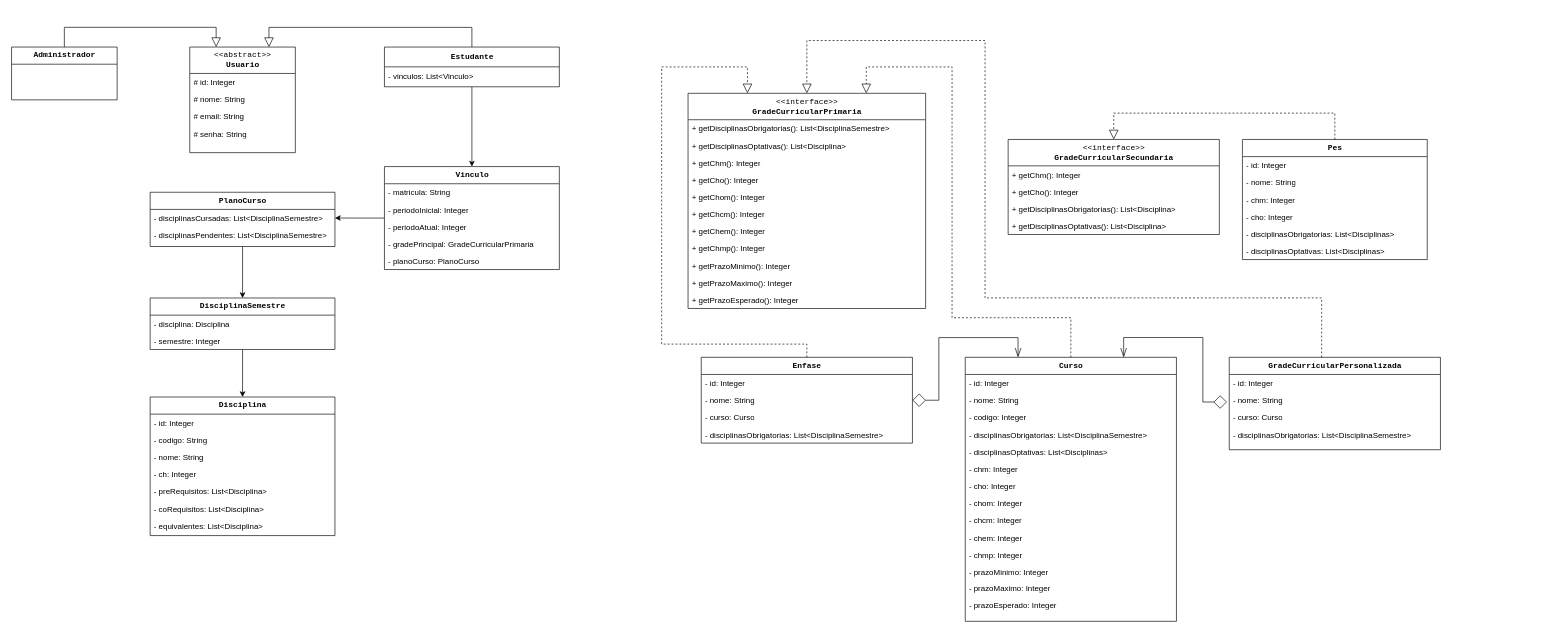
The draw.io diagram planejamento/diagramaDeClasses.drawio in arturo32/PODE, before the edit. Source tidied: cells renumbered, new cells numbered last; positions are measured from the earlier drawing's top-left corner, leaving out a move shared by most shapes. Both pictures are drawn from the tidied source at 66%, with x=0, y=0 at pixel (11, 27).
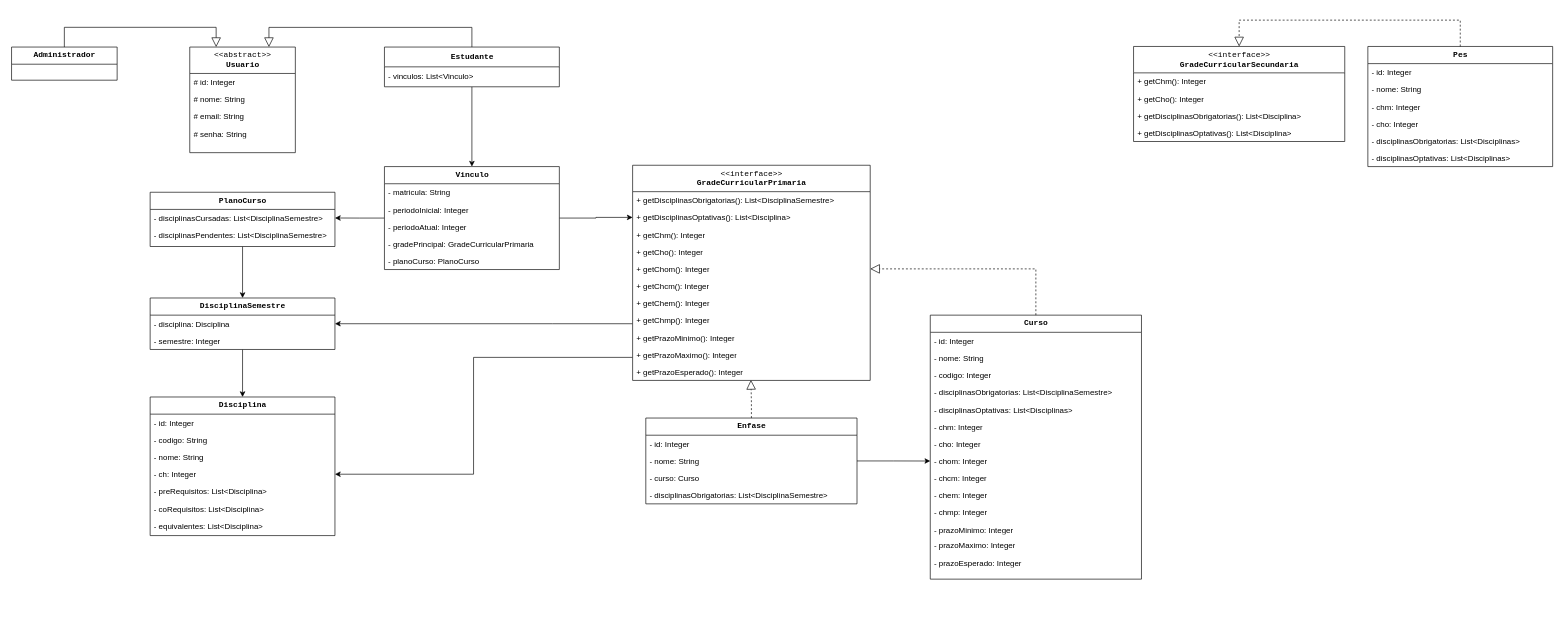
The same page after the edit.

The change refers to these unchanged cells:
```xml
<mxCell id="15" value="- chom: Integer" style="text;html=1;strokeColor=none;fillColor=none;align=left;verticalAlign=top;spacingLeft=4;spacingRight=4;whiteSpace=wrap;overflow=hidden;points=[[0,0.5],[1,0.5]];portConstraint=eastwest;" parent="7" vertex="1">
  <mxGeometry y="208" width="320" height="26" as="geometry" />
</mxCell>
<mxCell id="33" value="- ch: Integer" style="text;html=1;strokeColor=none;fillColor=none;align=left;verticalAlign=top;spacingLeft=4;spacingRight=4;whiteSpace=wrap;overflow=hidden;points=[[0,0.5],[1,0.5]];portConstraint=eastwest;" parent="29" vertex="1">
  <mxGeometry y="104" width="280" height="26" as="geometry" />
</mxCell>
<mxCell id="40" value="- nome: String" style="text;html=1;strokeColor=none;fillColor=none;align=left;verticalAlign=top;spacingLeft=4;spacingRight=4;whiteSpace=wrap;overflow=hidden;points=[[0,0.5],[1,0.5]];portConstraint=eastwest;" parent="38" vertex="1">
  <mxGeometry y="52" width="320" height="26" as="geometry" />
</mxCell>
<mxCell id="58" value="- disciplina: Disciplina" style="text;html=1;strokeColor=none;fillColor=none;align=left;verticalAlign=top;spacingLeft=4;spacingRight=4;whiteSpace=wrap;overflow=hidden;points=[[0,0.5],[1,0.5]];portConstraint=eastwest;" parent="57" vertex="1">
  <mxGeometry y="26" width="280" height="26" as="geometry" />
</mxCell>
<mxCell id="62" value="+ getDisciplinasOptativas(): List&amp;lt;Disciplina&amp;gt;" style="text;html=1;strokeColor=none;fillColor=none;align=left;verticalAlign=top;spacingLeft=4;spacingRight=4;whiteSpace=wrap;overflow=hidden;points=[[0,0.5],[1,0.5]];portConstraint=eastwest;" parent="60" vertex="1">
  <mxGeometry y="66" width="360" height="26" as="geometry" />
</mxCell>
<mxCell id="65" value="+ getChom(): Integer" style="text;html=1;strokeColor=none;fillColor=none;align=left;verticalAlign=top;spacingLeft=4;spacingRight=4;whiteSpace=wrap;overflow=hidden;points=[[0,0.5],[1,0.5]];portConstraint=eastwest;" parent="60" vertex="1">
  <mxGeometry y="144" width="360" height="26" as="geometry" />
</mxCell>
<mxCell id="71" value="+ getPrazoEsperado(): Integer" style="text;html=1;strokeColor=none;fillColor=none;align=left;verticalAlign=top;spacingLeft=4;spacingRight=4;whiteSpace=wrap;overflow=hidden;points=[[0,0.5],[1,0.5]];portConstraint=eastwest;" parent="60" vertex="1">
  <mxGeometry y="300" width="360" height="26" as="geometry" />
</mxCell>
<mxCell id="85" value="&lt;pre style=&quot;font-size: 12px&quot;&gt;&lt;b&gt;Vinculo&lt;/b&gt;&lt;/pre&gt;" style="swimlane;html=1;fontStyle=0;horizontal=1;startSize=26;fillColor=none;swimlaneFillColor=#ffffff;rounded=0;shadow=0;comic=0;labelBackgroundColor=none;strokeWidth=1;fontFamily=Verdana;fontSize=10;align=center;" parent="1" vertex="1">
  <mxGeometry x="565" y="210.9" width="265" height="156" as="geometry" />
</mxCell>
```

Change to the diagram source:
```diff
@@
-    <mxCell id="6" style="edgeStyle=orthogonalEdgeStyle;rounded=0;jettySize=auto;html=1;exitX=0.5;exitY=0;exitDx=0;exitDy=0;entryX=0.75;entryY=0;entryDx=0;entryDy=0;dashed=1;endArrow=block;endFill=0;endSize=12;startSize=12;" parent="1" edge="1" source="7" target="60">
+    <mxCell id="6" style="edgeStyle=orthogonalEdgeStyle;rounded=0;jettySize=auto;html=1;exitX=0.5;exitY=0;exitDx=0;exitDy=0;entryX=1;entryY=0.5;entryDx=0;entryDy=0;dashed=1;endArrow=block;endFill=0;endSize=12;startSize=12;" parent="1" edge="1" source="7" target="65">
       <mxGeometry relative="1" as="geometry">
         <Array as="points">
-          <mxPoint x="1605" y="439.9" />
-          <mxPoint x="1425" y="439.9" />
-          <mxPoint x="1425" y="59.9" />
-          <mxPoint x="1295" y="59.9" />
+          <mxPoint x="1552" y="366" />
         </Array>
       </mxGeometry>
     </mxCell>
     <mxCell id="7" value="&lt;pre style=&quot;font-size: 12px&quot;&gt;&lt;b&gt;Curso&lt;/b&gt;&lt;/pre&gt;" style="swimlane;html=1;fontStyle=0;horizontal=1;startSize=26;fillColor=none;swimlaneFillColor=#ffffff;rounded=0;shadow=0;comic=0;labelBackgroundColor=none;strokeWidth=1;fontFamily=Verdana;fontSize=10;align=center;" parent="1" vertex="1">
-      <mxGeometry x="1445" y="499.9" width="320" height="400" as="geometry" />
+      <mxGeometry x="1392" y="436" width="320" height="400" as="geometry" />
     </mxCell>
@@
     <mxCell id="23" value="&lt;pre&gt;&lt;b&gt;Administrador&lt;/b&gt;&lt;/pre&gt;" style="swimlane;html=1;fontStyle=0;horizontal=1;startSize=26;fillColor=none;swimlaneFillColor=#ffffff;rounded=0;shadow=0;comic=0;labelBackgroundColor=none;strokeWidth=1;fontFamily=Verdana;fontSize=12;align=center;" parent="1" vertex="1">
-      <mxGeometry y="29.8" width="160" height="80" as="geometry" />
+      <mxGeometry y="29.8" width="160" height="50.2" as="geometry" />
     </mxCell>
@@
-    <mxCell id="37" style="edgeStyle=orthogonalEdgeStyle;rounded=0;jumpSize=6;jettySize=auto;html=1;fontFamily=Verdana;fontSize=12;endArrow=openThin;endFill=0;startSize=18;endSize=12;strokeWidth=1;strokeColor=default;startArrow=diamond;startFill=0;exitX=1;exitY=0.5;exitDx=0;exitDy=0;entryX=0.25;entryY=0;entryDx=0;entryDy=0;" parent="1" edge="1" source="40" target="7">
-      <mxGeometry relative="1" as="geometry">
-        <Array as="points">
-          <mxPoint x="1405" y="565" />
-          <mxPoint x="1405" y="470" />
-          <mxPoint x="1525" y="470" />
-        </Array>
-      </mxGeometry>
-    </mxCell>
+    <mxCell id="91" style="edgeStyle=orthogonalEdgeStyle;rounded=0;jettySize=auto;html=1;entryX=0.498;entryY=0.973;entryDx=0;entryDy=0;entryPerimeter=0;dashed=1;endFill=0;endArrow=block;endSize=12;startSize=12;" parent="1" edge="1" source="38" target="71">
+      <mxGeometry relative="1" as="geometry" />
+    </mxCell>
+    <mxCell id="92" style="edgeStyle=orthogonalEdgeStyle;rounded=0;jettySize=auto;html=1;entryX=0;entryY=0.5;entryDx=0;entryDy=0;" parent="1" edge="1" source="38" target="15">
+      <mxGeometry relative="1" as="geometry" />
+    </mxCell>
     <mxCell id="38" value="&lt;pre style=&quot;font-size: 12px&quot;&gt;&lt;b&gt;Enfase&lt;/b&gt;&lt;/pre&gt;" style="swimlane;html=1;fontStyle=0;horizontal=1;startSize=26;fillColor=none;swimlaneFillColor=#ffffff;rounded=0;shadow=0;comic=0;labelBackgroundColor=none;strokeWidth=1;fontFamily=Verdana;fontSize=10;align=center;" parent="1" vertex="1">
-      <mxGeometry x="1045" y="499.9" width="320" height="130" as="geometry" />
+      <mxGeometry x="961" y="591.9" width="320" height="130" as="geometry" />
     </mxCell>
@@
     <mxCell id="43" value="&lt;pre style=&quot;font-size: 12px&quot;&gt;&lt;b&gt;Pes&lt;/b&gt;&lt;/pre&gt;" style="swimlane;html=1;fontStyle=0;horizontal=1;startSize=26;fillColor=none;swimlaneFillColor=#ffffff;rounded=0;shadow=0;comic=0;labelBackgroundColor=none;strokeWidth=1;fontFamily=Verdana;fontSize=10;align=center;" parent="1" vertex="1">
-      <mxGeometry x="1865" y="169.8" width="280" height="182" as="geometry" />
+      <mxGeometry x="2055" y="28.9" width="280" height="182" as="geometry" />
     </mxCell>
@@
-    <mxCell id="50" style="edgeStyle=orthogonalEdgeStyle;rounded=0;jettySize=auto;html=1;dashed=1;endArrow=block;endFill=0;startSize=12;endSize=12;entryX=0.5;entryY=0;entryDx=0;entryDy=0;" parent="1" edge="1" target="60">
-      <mxGeometry relative="1" as="geometry">
-        <mxPoint x="1985" y="499.9" as="sourcePoint" />
-        <Array as="points">
-          <mxPoint x="1985" y="409.9" />
-          <mxPoint x="1475" y="409.9" />
-          <mxPoint x="1475" y="19.9" />
-          <mxPoint x="1205" y="19.9" />
-        </Array>
-      </mxGeometry>
-    </mxCell>
-    <mxCell id="51" value="&lt;font style=&quot;font-size: 12px&quot; face=&quot;monospace&quot;&gt;&lt;b&gt;GradeCurricularPersonalizada&lt;/b&gt;&lt;/font&gt;" style="swimlane;html=1;fontStyle=0;horizontal=1;startSize=26;fillColor=none;swimlaneFillColor=#ffffff;rounded=0;shadow=0;comic=0;labelBackgroundColor=none;strokeWidth=1;fontFamily=Verdana;fontSize=10;align=center;" parent="1" vertex="1">
-      <mxGeometry x="1845" y="499.9" width="320" height="140" as="geometry" />
-    </mxCell>
-    <mxCell id="52" value="- id: Integer" style="text;html=1;strokeColor=none;fillColor=none;align=left;verticalAlign=top;spacingLeft=4;spacingRight=4;whiteSpace=wrap;overflow=hidden;" parent="51" vertex="1">
-      <mxGeometry y="26" width="320" height="26" as="geometry" />
-    </mxCell>
-    <mxCell id="53" value="- nome: String" style="text;html=1;strokeColor=none;fillColor=none;align=left;verticalAlign=top;spacingLeft=4;spacingRight=4;whiteSpace=wrap;overflow=hidden;points=[[0,0.5],[1,0.5]];portConstraint=eastwest;" parent="51" vertex="1">
-      <mxGeometry y="52" width="320" height="26" as="geometry" />
-    </mxCell>
-    <mxCell id="54" value="- curso: Curso" style="text;html=1;strokeColor=none;fillColor=none;align=left;verticalAlign=top;spacingLeft=4;spacingRight=4;whiteSpace=wrap;overflow=hidden;" parent="51" vertex="1">
-      <mxGeometry y="78" width="320" height="26" as="geometry" />
-    </mxCell>
-    <mxCell id="55" value="- disciplinasObrigatorias: List&amp;lt;DisciplinaSemestre&amp;gt;" style="text;html=1;strokeColor=none;fillColor=none;align=left;verticalAlign=top;spacingLeft=4;spacingRight=4;whiteSpace=wrap;overflow=hidden;" parent="51" vertex="1">
-      <mxGeometry y="104" width="320" height="26" as="geometry" />
-    </mxCell>
@@
+    <mxCell id="93" style="edgeStyle=orthogonalEdgeStyle;rounded=0;jettySize=auto;html=1;entryX=1;entryY=0.5;entryDx=0;entryDy=0;" parent="1" edge="1" source="60" target="58">
+      <mxGeometry relative="1" as="geometry">
+        <Array as="points">
+          <mxPoint x="820" y="449" />
+          <mxPoint x="820" y="449" />
+        </Array>
+      </mxGeometry>
+    </mxCell>
+    <mxCell id="94" style="edgeStyle=orthogonalEdgeStyle;rounded=0;jettySize=auto;html=1;entryX=1;entryY=0.5;entryDx=0;entryDy=0;" parent="1" edge="1" source="60" target="33">
+      <mxGeometry relative="1" as="geometry">
+        <Array as="points">
+          <mxPoint x="700" y="500" />
+          <mxPoint x="700" y="677" />
+        </Array>
+      </mxGeometry>
+    </mxCell>
     <mxCell id="60" value="&lt;pre style=&quot;font-size: 12px&quot;&gt;&amp;lt;&amp;lt;interface&amp;gt;&amp;gt;&lt;br&gt;&lt;b&gt;GradeCurricularPrimaria&lt;/b&gt;&lt;/pre&gt;" style="swimlane;html=1;fontStyle=0;horizontal=1;startSize=40;fillColor=none;swimlaneFillColor=#ffffff;rounded=0;shadow=0;comic=0;labelBackgroundColor=none;strokeWidth=1;fontFamily=Verdana;fontSize=10;align=center;" parent="1" vertex="1">
-      <mxGeometry x="1025" y="99.9" width="360" height="326" as="geometry" />
+      <mxGeometry x="941" y="208.9" width="360" height="326" as="geometry" />
     </mxCell>
@@
     <mxCell id="72" value="&lt;pre style=&quot;font-size: 12px&quot;&gt;&amp;lt;&amp;lt;interface&amp;gt;&amp;gt;&lt;br&gt;&lt;b&gt;GradeCurricularSecundaria&lt;/b&gt;&lt;/pre&gt;" style="swimlane;html=1;fontStyle=0;horizontal=1;startSize=40;fillColor=none;swimlaneFillColor=#ffffff;rounded=0;shadow=0;comic=0;labelBackgroundColor=none;strokeWidth=1;fontFamily=Verdana;fontSize=10;align=center;" parent="1" vertex="1">
-      <mxGeometry x="1510" y="169.8" width="320" height="144" as="geometry" />
+      <mxGeometry x="1700" y="28.9" width="320" height="144" as="geometry" />
     </mxCell>
@@
-    <mxCell id="77" style="edgeStyle=orthogonalEdgeStyle;rounded=0;jettySize=auto;html=1;entryX=0.25;entryY=0;entryDx=0;entryDy=0;dashed=1;endArrow=block;endFill=0;endSize=12;startSize=12;" parent="1" edge="1" target="60">
-      <mxGeometry relative="1" as="geometry">
-        <mxPoint x="1205" y="499.9" as="sourcePoint" />
-        <Array as="points">
-          <mxPoint x="1205" y="479.9" />
-          <mxPoint x="985" y="479.9" />
-          <mxPoint x="985" y="59.9" />
-          <mxPoint x="1115" y="59.9" />
-        </Array>
-      </mxGeometry>
-    </mxCell>
-    <mxCell id="78" style="edgeStyle=orthogonalEdgeStyle;rounded=0;jumpSize=6;jettySize=auto;html=1;fontFamily=Verdana;fontSize=12;endArrow=openThin;endFill=0;startSize=18;endSize=12;strokeWidth=1;strokeColor=default;startArrow=diamond;startFill=0;exitX=-0.011;exitY=0.604;exitDx=0;exitDy=0;entryX=0.75;entryY=0;entryDx=0;entryDy=0;exitPerimeter=0;" parent="1" edge="1" source="53" target="7">
-      <mxGeometry relative="1" as="geometry">
-        <Array as="points">
-          <mxPoint x="1805" y="567.9" />
-          <mxPoint x="1805" y="469.9" />
-          <mxPoint x="1685" y="469.9" />
-        </Array>
-      </mxGeometry>
-    </mxCell>
     <mxCell id="79" style="edgeStyle=orthogonalEdgeStyle;rounded=0;jettySize=auto;html=1;dashed=1;endArrow=block;endFill=0;endSize=12;startSize=12;entryX=0.5;entryY=0;entryDx=0;entryDy=0;exitX=0.5;exitY=0;exitDx=0;exitDy=0;" parent="1" edge="1" source="43" target="72">
       <mxGeometry relative="1" as="geometry">
         <Array as="points">
-          <mxPoint x="2005" y="129.9" />
-          <mxPoint x="1670" y="129.9" />
+          <mxPoint x="2195" y="-11" />
+          <mxPoint x="1860" y="-11" />
         </Array>
       </mxGeometry>
     </mxCell>
@@
+    <mxCell id="95" style="edgeStyle=orthogonalEdgeStyle;rounded=0;jettySize=auto;html=1;entryX=0;entryY=0.5;entryDx=0;entryDy=0;" parent="1" edge="1" source="85" target="62">
+      <mxGeometry relative="1" as="geometry" />
+    </mxCell>
```
